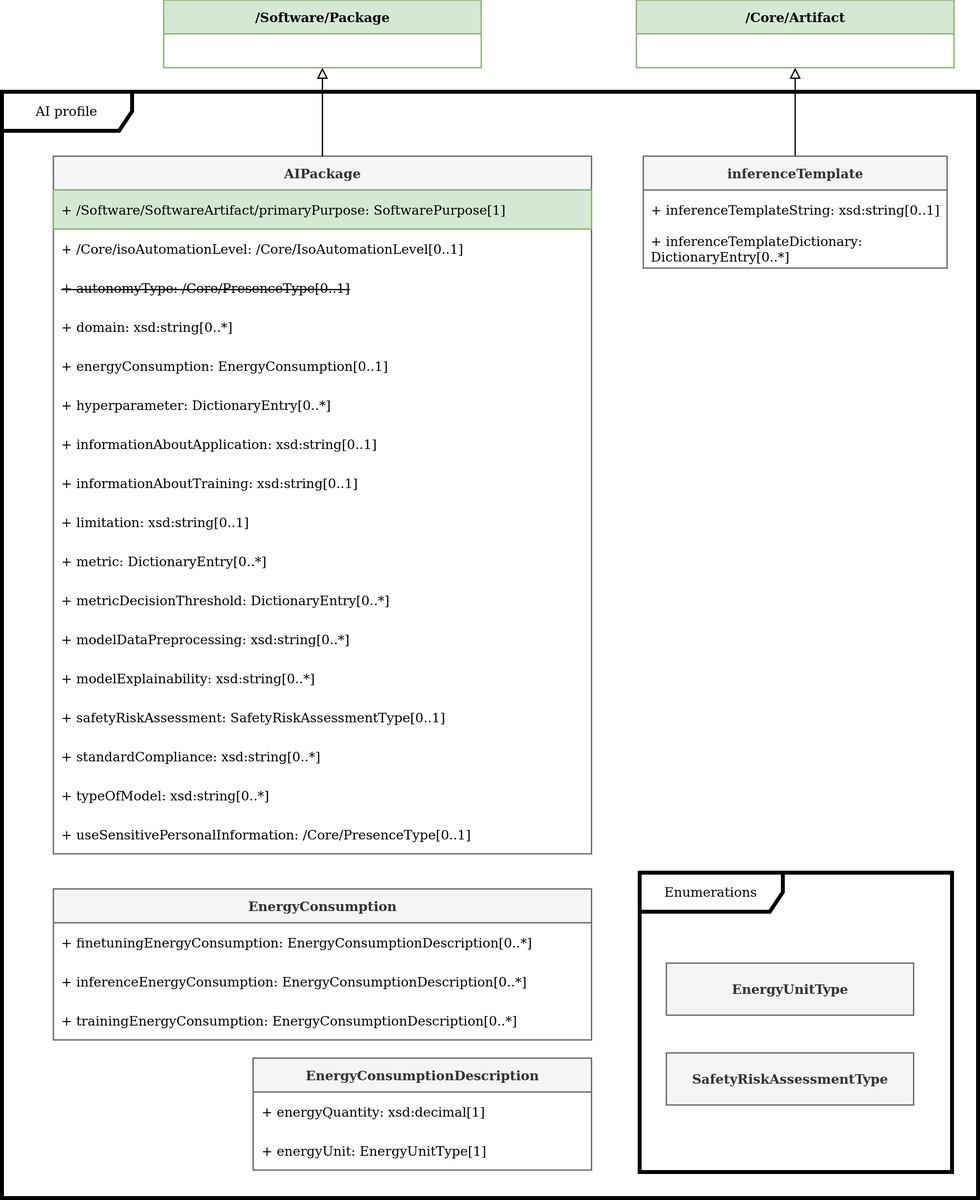
Above: images/model-AI.png in stevenc-stb/spdx-3-model (draw.io), before the change. Source tidied: cells renumbered, new cells last; positions are measured from the earlier drawing's top-left corner, leaving out a move shared by most shapes.
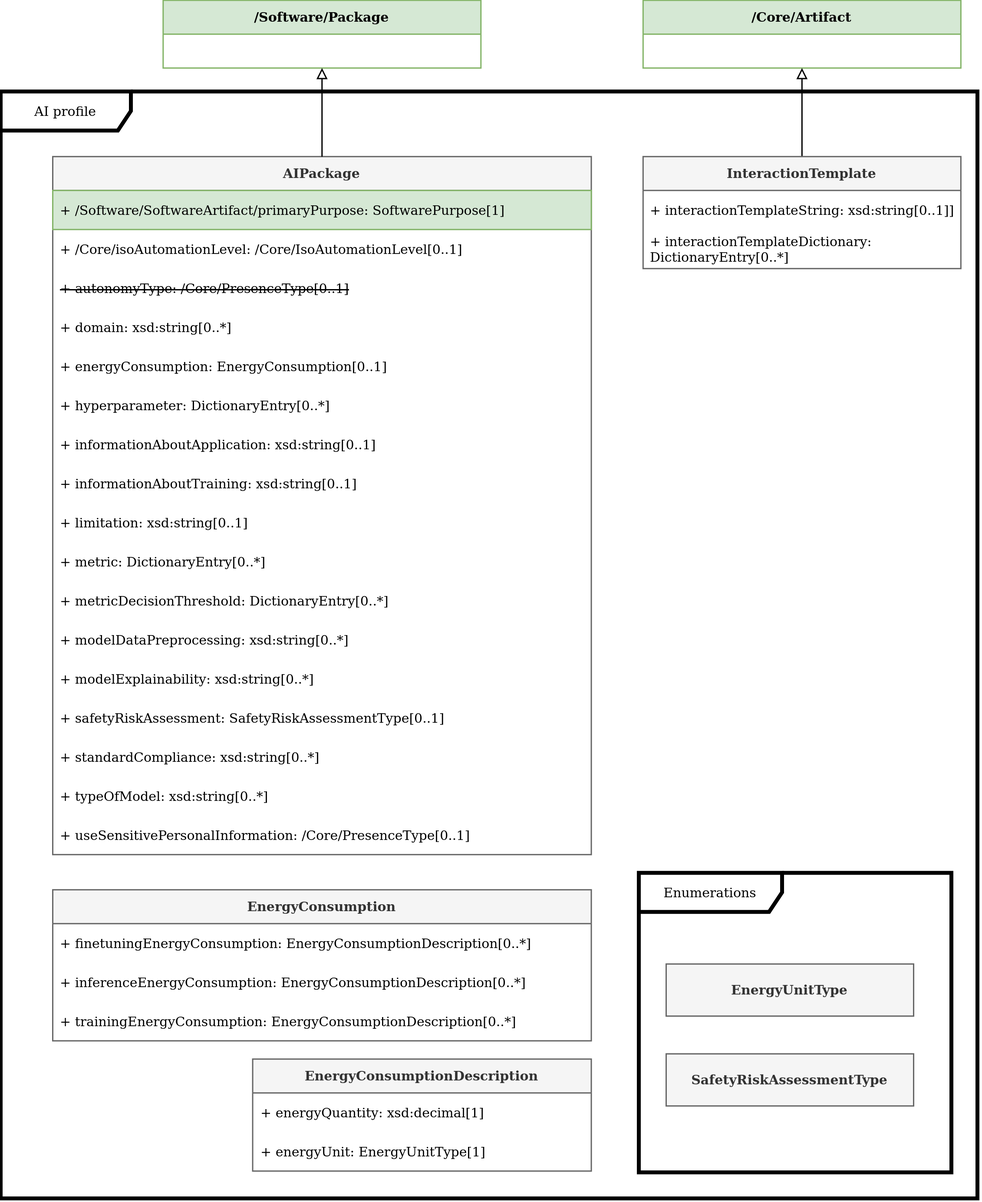
After the commit.

The edit, as a diff of the source:
```diff
@@ -99,19 +99,19 @@
       <mxGeometry x="21" y="70" width="190" height="40" as="geometry" />
     </mxCell>
     <mxCell id="34" value="/Core/Artifact" style="swimlane;fontStyle=1;horizontal=1;startSize=26;fillColor=#d5e8d4;strokeColor=#82b366;fontFamily=Verdana;fontSize=10;" parent="1" vertex="1">
-      <mxGeometry x="488" width="244" height="52" as="geometry" />
+      <mxGeometry x="493.3" width="244" height="52" as="geometry" />
     </mxCell>
     <mxCell id="35" style="edgeStyle=orthogonalEdgeStyle;rounded=0;jettySize=auto;html=1;endArrow=block;endFill=0;" parent="1" edge="1" source="36" target="34">
       <mxGeometry relative="1" as="geometry" />
     </mxCell>
-    <mxCell id="36" value="inferenceTemplate" style="swimlane;fontStyle=1;horizontal=1;startSize=26;fillColor=#f5f5f5;strokeColor=#666666;fontFamily=Verdana;fontSize=10;fontColor=#333333;" parent="1" vertex="1">
-      <mxGeometry x="493.3" y="120" width="233.4" height="86" as="geometry" />
+    <mxCell id="36" value="InteractionTemplate" style="swimlane;fontStyle=1;horizontal=1;startSize=26;fillColor=#f5f5f5;strokeColor=#666666;fontFamily=Verdana;fontSize=10;fontColor=#333333;" parent="1" vertex="1">
+      <mxGeometry x="493.3" y="120" width="244" height="86" as="geometry" />
     </mxCell>
-    <mxCell id="37" value="+&amp;nbsp;inferenceTemplateString:&amp;nbsp;xsd:string[0..1]]" style="text;strokeColor=none;fillColor=none;align=left;verticalAlign=middle;spacingLeft=4;spacingRight=4;overflow=hidden;whiteSpace=wrap;html=1;fontColor=#000000;fontFamily=Verdana;fontSize=10;" parent="36" vertex="1">
-      <mxGeometry y="26" width="233.4" height="30" as="geometry" />
+    <mxCell id="37" value="+ interactionTemplateString:&amp;nbsp;xsd:string[0..1]]" style="text;strokeColor=none;fillColor=none;align=left;verticalAlign=middle;spacingLeft=4;spacingRight=4;overflow=hidden;whiteSpace=wrap;html=1;fontColor=#000000;fontFamily=Verdana;fontSize=10;" parent="36" vertex="1">
+      <mxGeometry y="26" width="244" height="30" as="geometry" />
     </mxCell>
-    <mxCell id="38" value="+&amp;nbsp;inferenceTemplateDictionary: DictionaryEntry[0..*]" style="text;strokeColor=none;fillColor=none;align=left;verticalAlign=middle;spacingLeft=4;spacingRight=4;overflow=hidden;whiteSpace=wrap;html=1;fontColor=#000000;fontFamily=Verdana;fontSize=10;" parent="36" vertex="1">
-      <mxGeometry y="56" width="233.4" height="30" as="geometry" />
+    <mxCell id="38" value="+ interactionTemplateDictionary: DictionaryEntry[0..*]" style="text;strokeColor=none;fillColor=none;align=left;verticalAlign=middle;spacingLeft=4;spacingRight=4;overflow=hidden;whiteSpace=wrap;html=1;fontColor=#000000;fontFamily=Verdana;fontSize=10;" parent="36" vertex="1">
+      <mxGeometry y="56" width="244" height="30" as="geometry" />
     </mxCell>
   </root>
 </mxGraphModel>
```
